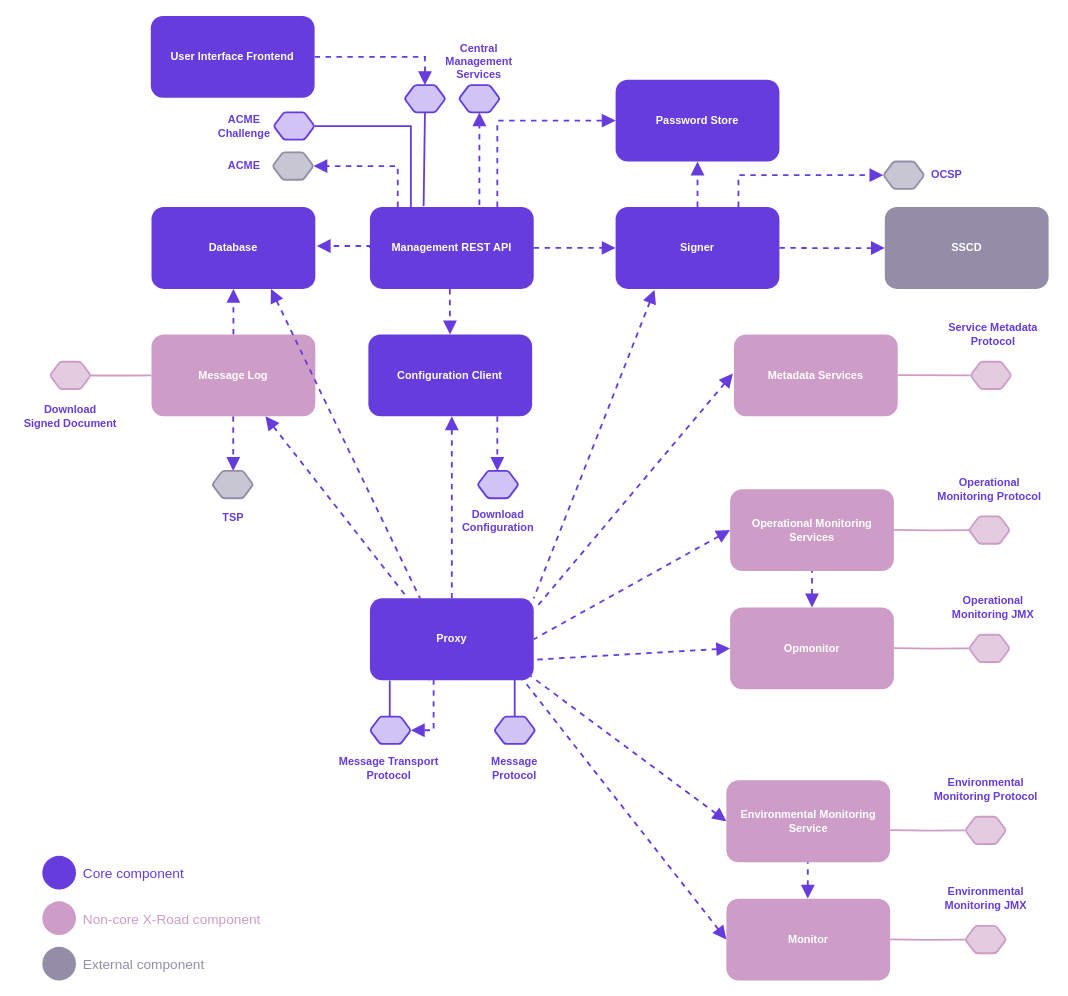
The draw.io diagram doc/Architecture/img/arc-ss_security_server_component_diagram.drawio in nordic-institute/X-Road, before the edit. Source tidied: cells renumbered, new cells numbered last; positions are measured from the earlier drawing's top-left corner, leaving out a move shared by most shapes. Both pictures are drawn from the tidied source at 91%, with x=0, y=0 at pixel (15, 15).
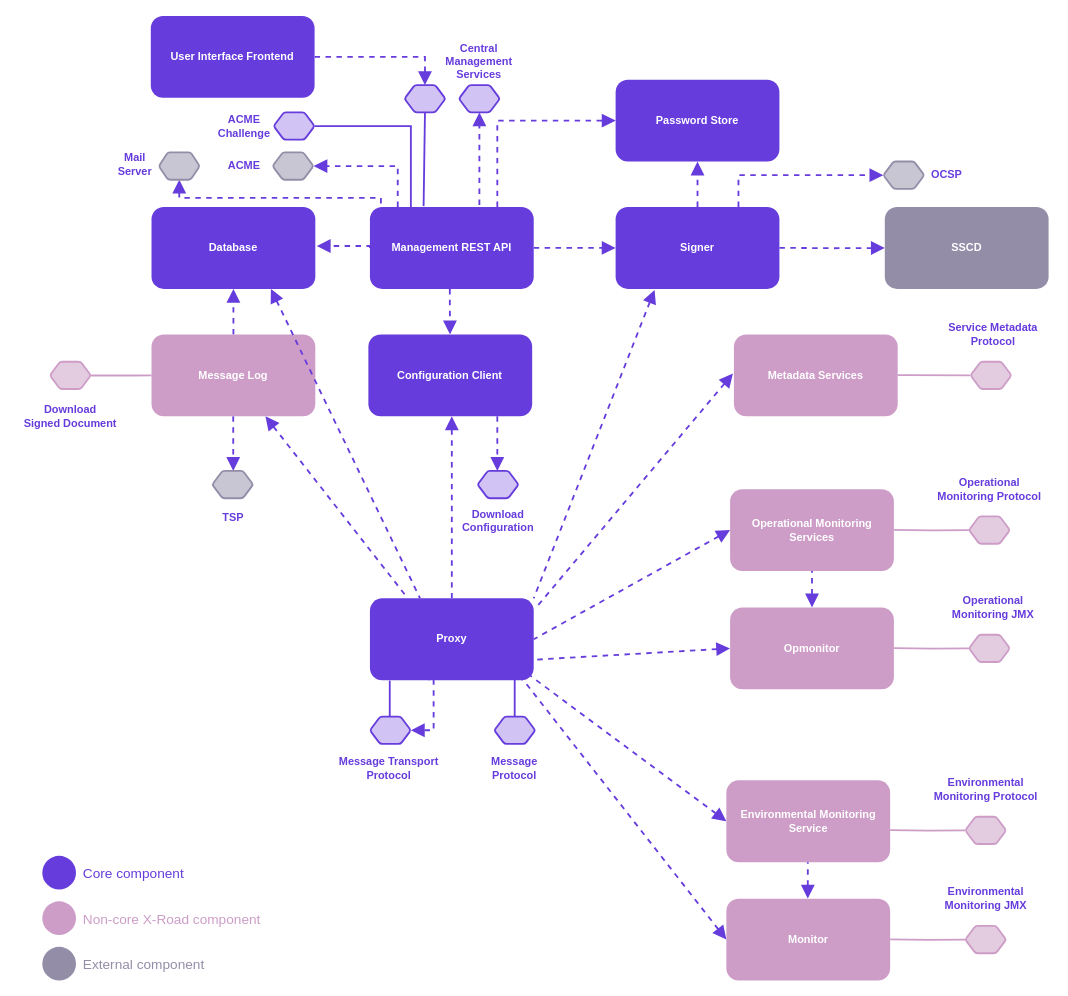
Above is the later version.

Unchanged cells that the change refers to:
```xml
<mxCell id="46" value="&lt;b&gt;Management REST API&lt;/b&gt;" style="rounded=1;whiteSpace=wrap;html=1;dashed=1;strokeColor=none;strokeWidth=2;fontColor=#FFFFFF;fillColor=#663CDC;" parent="1" vertex="1">
  <mxGeometry x="389" y="210" width="180" height="90" as="geometry" />
</mxCell>
```

The edit, as a diff of the source:
```diff
@@
+    <mxCell id="86" style="edgeStyle=orthogonalEdgeStyle;rounded=0;jettySize=auto;html=1;strokeWidth=2;fontColor=#663CDC;endArrow=block;endFill=1;strokeColor=#663CDC;dashed=1;endSize=10;fontStyle=1;startSize=10;exitX=0.067;exitY=-0.044;exitDx=0;exitDy=0;exitPerimeter=0;entryX=0.5;entryY=1;entryDx=0;entryDy=0;" parent="1" edge="1" source="46" target="87">
+      <mxGeometry relative="1" as="geometry">
+        <Array as="points">
+          <mxPoint x="401" y="200" />
+          <mxPoint x="180" y="200" />
+        </Array>
+      </mxGeometry>
+    </mxCell>
+    <mxCell id="87" style="shape=hexagon;perimeter=hexagonPerimeter2;whiteSpace=wrap;html=1;rounded=1;shadow=0;strokeWidth=2;fontSize=15;fontColor=#FFFFFF;arcSize=5;strokeColor=#948DA8;fillColor=#C9C6D3;size=0.2222222222222222;" parent="1" vertex="1">
+      <mxGeometry x="157" y="150" width="45" height="30" as="geometry" />
+    </mxCell>
+    <mxCell id="88" value="Mail Server" style="text;html=1;strokeColor=none;fillColor=none;align=center;verticalAlign=middle;whiteSpace=wrap;rounded=0;fontColor=#663CDC;fontStyle=1;" parent="1" vertex="1">
+      <mxGeometry x="106" y="150" width="50" height="25" as="geometry" />
+    </mxCell>
```
